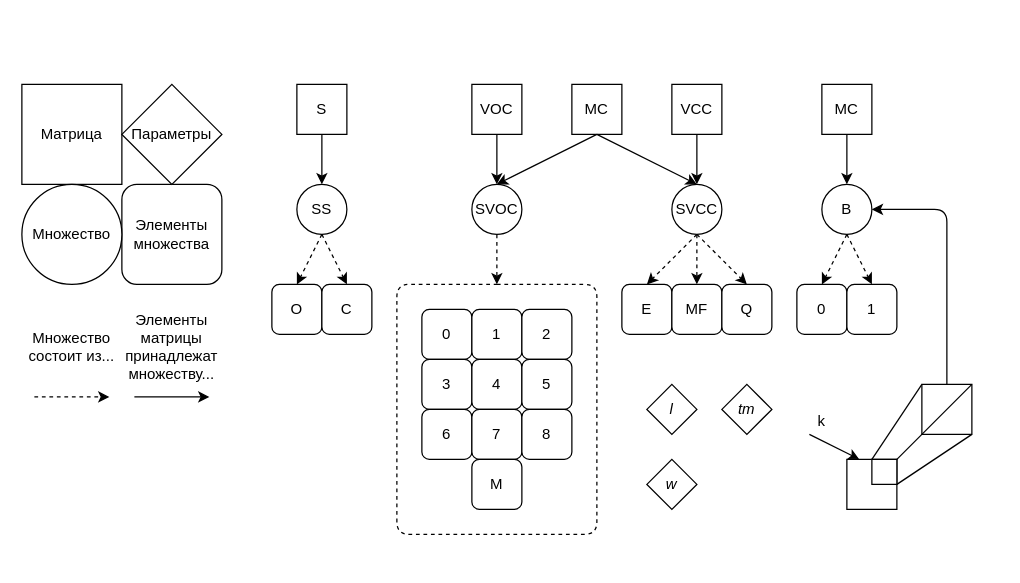
Earlier version of the draw.io diagram page "Страница 27" (26 of 26) of docs/Черновик.drawio (xex238/Diploma_2022). Source tidied: cells renumbered, new cells numbered last; positions are measured from the earlier drawing's top-left corner, leaving out a move shared by most shapes. Both pictures are drawn from the tidied source at 125%, with x=0, y=0 at pixel (21, 84).
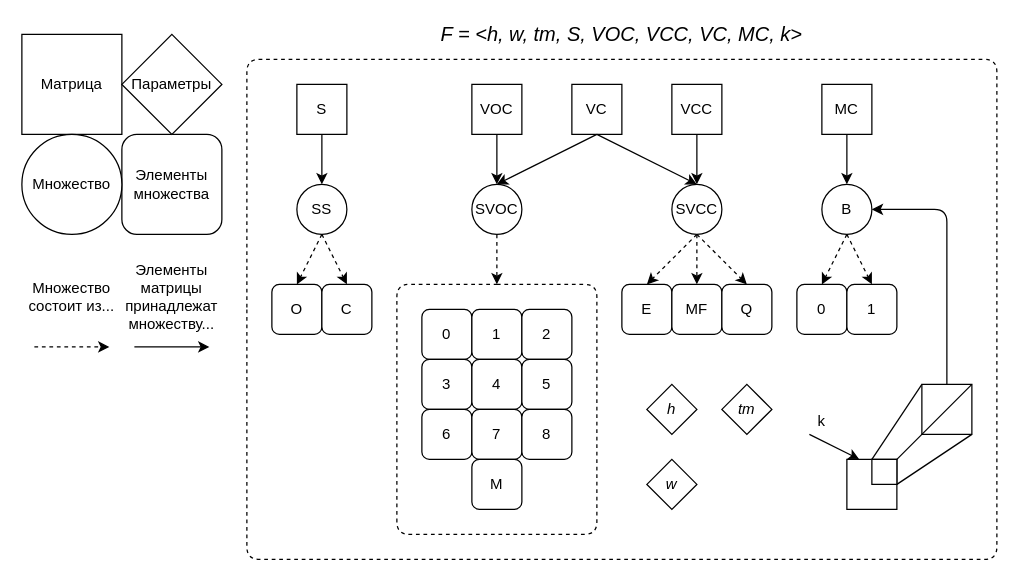
Above is the later version.

What changed in the source:
```diff
@@
-    <mxCell id="36" value="MC" style="whiteSpace=wrap;html=1;" parent="1" vertex="1">
+    <mxCell id="36" value="VC" style="whiteSpace=wrap;html=1;" parent="1" vertex="1">
       <mxGeometry x="440" width="40" height="40" as="geometry" />
     </mxCell>
@@
     <mxCell id="43" value="&lt;span&gt;Матрица&lt;/span&gt;" style="whiteSpace=wrap;html=1;" parent="1" vertex="1">
-      <mxGeometry width="80" height="80" as="geometry" />
+      <mxGeometry y="-40" width="80" height="80" as="geometry" />
     </mxCell>
     <mxCell id="44" value="Элементы множества" style="rounded=1;whiteSpace=wrap;html=1;" parent="1" vertex="1">
-      <mxGeometry x="80" y="80" width="80" height="80" as="geometry" />
+      <mxGeometry x="80" y="40" width="80" height="80" as="geometry" />
     </mxCell>
     <mxCell id="45" value="Множество" style="ellipse;whiteSpace=wrap;html=1;" parent="1" vertex="1">
-      <mxGeometry y="80" width="80" height="80" as="geometry" />
+      <mxGeometry y="40" width="80" height="80" as="geometry" />
     </mxCell>
@@
     <mxCell id="55" style="endArrow=classic;html=1;dashed=1;" parent="1" edge="1">
       <mxGeometry relative="1" as="geometry">
-        <mxPoint x="10" y="250" as="sourcePoint" />
-        <mxPoint x="70" y="250" as="targetPoint" />
+        <mxPoint x="10" y="210" as="sourcePoint" />
+        <mxPoint x="70" y="210" as="targetPoint" />
       </mxGeometry>
     </mxCell>
     <mxCell id="56" value="Множество состоит из..." style="text;html=1;strokeColor=none;fillColor=none;align=center;verticalAlign=middle;whiteSpace=wrap;rounded=0;" parent="1" vertex="1">
-      <mxGeometry y="180" width="80" height="60" as="geometry" />
+      <mxGeometry y="140" width="80" height="60" as="geometry" />
     </mxCell>
     <mxCell id="57" style="endArrow=classic;html=1;" parent="1" edge="1">
       <mxGeometry relative="1" as="geometry">
-        <mxPoint x="90" y="250" as="sourcePoint" />
-        <mxPoint x="150" y="250" as="targetPoint" />
+        <mxPoint x="90" y="210" as="sourcePoint" />
+        <mxPoint x="150" y="210" as="targetPoint" />
       </mxGeometry>
     </mxCell>
     <mxCell id="58" value="Элементы матрицы принадлежат множеству..." style="text;html=1;strokeColor=none;fillColor=none;align=center;verticalAlign=middle;whiteSpace=wrap;rounded=0;" parent="1" vertex="1">
-      <mxGeometry x="80" y="180" width="80" height="60" as="geometry" />
+      <mxGeometry x="80" y="140" width="80" height="60" as="geometry" />
     </mxCell>
-    <mxCell id="59" value="&lt;i&gt;l&lt;/i&gt;" style="rhombus;whiteSpace=wrap;html=1;" parent="1" vertex="1">
+    <mxCell id="59" value="&lt;i&gt;h&lt;/i&gt;" style="rhombus;whiteSpace=wrap;html=1;" parent="1" vertex="1">
       <mxGeometry x="500" y="240" width="40" height="40" as="geometry" />
     </mxCell>
@@
     <mxCell id="62" value="Параметры" style="rhombus;whiteSpace=wrap;html=1;" parent="1" vertex="1">
-      <mxGeometry x="80" width="80" height="80" as="geometry" />
+      <mxGeometry x="80" y="-40" width="80" height="80" as="geometry" />
     </mxCell>
+    <mxCell id="63" style="endArrow=none;html=1;dashed=1;" parent="1" edge="1">
+      <mxGeometry relative="1" as="geometry">
+        <mxPoint x="180" y="180" as="sourcePoint" />
+        <mxPoint x="180" y="180" as="targetPoint" />
+        <Array as="points">
+          <mxPoint x="180" y="380" />
+          <mxPoint x="780" y="380" />
+          <mxPoint x="780" y="-20" />
+          <mxPoint x="180" y="-20" />
+        </Array>
+      </mxGeometry>
+    </mxCell>
+    <mxCell id="64" value="&lt;font style=&quot;font-size: 16px&quot;&gt;&lt;i&gt;F = &amp;lt;h, w, tm, S, VOC, VCC, VC, MC, k&amp;gt;&lt;/i&gt;&lt;/font&gt;" style="text;html=1;strokeColor=none;fillColor=none;align=center;verticalAlign=middle;whiteSpace=wrap;rounded=0;" parent="1" vertex="1">
+      <mxGeometry x="200" y="-50" width="560" height="20" as="geometry" />
+    </mxCell>
```
